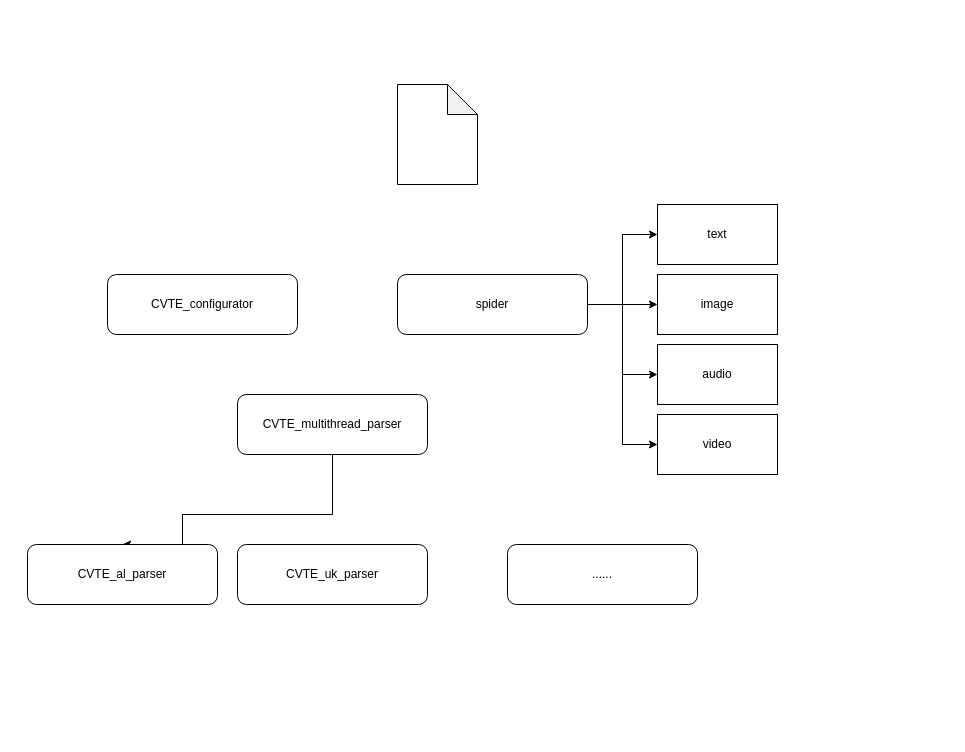
Above: Untitled Diagram.drawio in NewZsh/flowchart (draw.io), before the change. Source tidied: cells renumbered, new cells numbered last; positions are measured from the earlier drawing's top-left corner, leaving out a move shared by most shapes. Both pictures are drawn from the tidied source at 100%, with x=0, y=0 at pixel (27, 84).
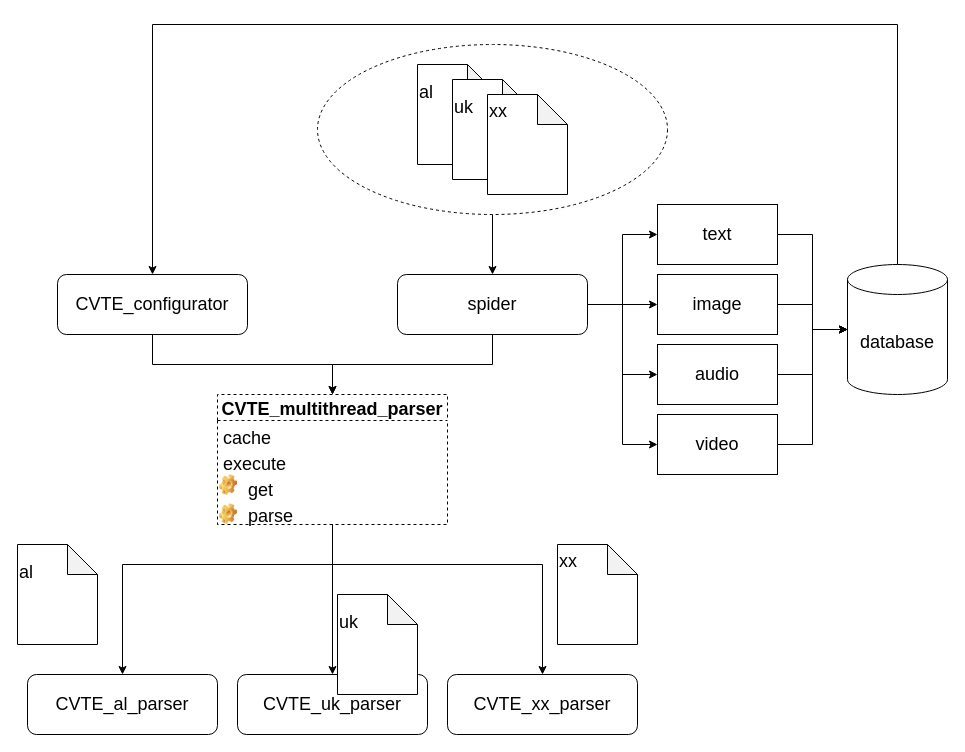
Above is the later version.

Change to the diagram source:
```diff
@@
-    <mxCell id="2" style="edgeStyle=orthogonalEdgeStyle;rounded=0;jettySize=auto;html=1;exitX=0.5;exitY=1;exitDx=0;exitDy=0;entryX=0.5;entryY=0;entryDx=0;entryDy=0;" parent="1" edge="1" source="3" target="10">
-      <mxGeometry relative="1" as="geometry">
-        <Array as="points">
-          <mxPoint x="305" y="430" />
-          <mxPoint x="155" y="430" />
-        </Array>
-      </mxGeometry>
-    </mxCell>
-    <mxCell id="3" value="CVTE_multithread_parser" style="rounded=1;whiteSpace=wrap;html=1;" parent="1" vertex="1">
-      <mxGeometry x="210" y="310" width="190" height="60" as="geometry" />
-    </mxCell>
+    <mxCell id="18" style="ellipse;whiteSpace=wrap;html=1;fillColor=none;dashed=1;fontSize=18;" parent="1" vertex="1">
+      <mxGeometry x="290" y="-40" width="350" height="170" as="geometry" />
+    </mxCell>
+    <mxCell id="19" style="edgeStyle=orthogonalEdgeStyle;rounded=0;jettySize=auto;html=1;exitX=0.5;exitY=1;exitDx=0;exitDy=0;entryX=0.5;entryY=0;entryDx=0;entryDy=0;fontSize=18;" parent="1" edge="1" source="4" target="3">
+      <mxGeometry relative="1" as="geometry" />
+    </mxCell>
-    <mxCell id="4" value="CVTE_configurator" style="rounded=1;whiteSpace=wrap;html=1;" parent="1" vertex="1">
-      <mxGeometry x="80" y="190" width="190" height="60" as="geometry" />
+    <mxCell id="4" value="CVTE_configurator" style="rounded=1;whiteSpace=wrap;html=1;fontSize=18;" parent="1" vertex="1">
+      <mxGeometry x="30" y="190" width="190" height="60" as="geometry" />
     </mxCell>
-    <mxCell id="5" style="edgeStyle=orthogonalEdgeStyle;rounded=0;jettySize=auto;html=1;exitX=1;exitY=0.5;exitDx=0;exitDy=0;entryX=0;entryY=0.5;entryDx=0;entryDy=0;" parent="1" edge="1" source="9" target="12">
+    <mxCell id="5" style="edgeStyle=orthogonalEdgeStyle;rounded=0;jettySize=auto;html=1;exitX=1;exitY=0.5;exitDx=0;exitDy=0;entryX=0;entryY=0.5;entryDx=0;entryDy=0;fontSize=18;" parent="1" edge="1" source="9" target="12">
       <mxGeometry relative="1" as="geometry" />
     </mxCell>
-    <mxCell id="6" style="edgeStyle=orthogonalEdgeStyle;rounded=0;jettySize=auto;html=1;exitX=1;exitY=0.5;exitDx=0;exitDy=0;entryX=0;entryY=0.5;entryDx=0;entryDy=0;" parent="1" edge="1" source="9" target="13">
+    <mxCell id="6" style="edgeStyle=orthogonalEdgeStyle;rounded=0;jettySize=auto;html=1;exitX=1;exitY=0.5;exitDx=0;exitDy=0;entryX=0;entryY=0.5;entryDx=0;entryDy=0;fontSize=18;" parent="1" edge="1" source="9" target="13">
       <mxGeometry relative="1" as="geometry" />
     </mxCell>
-    <mxCell id="7" style="edgeStyle=orthogonalEdgeStyle;rounded=0;jettySize=auto;html=1;exitX=1;exitY=0.5;exitDx=0;exitDy=0;entryX=0;entryY=0.5;entryDx=0;entryDy=0;" parent="1" edge="1" source="9" target="14">
+    <mxCell id="7" style="edgeStyle=orthogonalEdgeStyle;rounded=0;jettySize=auto;html=1;exitX=1;exitY=0.5;exitDx=0;exitDy=0;entryX=0;entryY=0.5;entryDx=0;entryDy=0;fontSize=18;" parent="1" edge="1" source="9" target="14">
       <mxGeometry relative="1" as="geometry" />
     </mxCell>
-    <mxCell id="8" style="edgeStyle=orthogonalEdgeStyle;rounded=0;jettySize=auto;html=1;exitX=1;exitY=0.5;exitDx=0;exitDy=0;entryX=0;entryY=0.5;entryDx=0;entryDy=0;" parent="1" edge="1" source="9" target="15">
+    <mxCell id="8" style="edgeStyle=orthogonalEdgeStyle;rounded=0;jettySize=auto;html=1;exitX=1;exitY=0.5;exitDx=0;exitDy=0;entryX=0;entryY=0.5;entryDx=0;entryDy=0;fontSize=18;" parent="1" edge="1" source="9" target="15">
       <mxGeometry relative="1" as="geometry" />
     </mxCell>
+    <mxCell id="20" style="edgeStyle=orthogonalEdgeStyle;rounded=0;jettySize=auto;html=1;exitX=0.5;exitY=1;exitDx=0;exitDy=0;fontSize=18;" parent="1" edge="1" source="9" target="3">
+      <mxGeometry relative="1" as="geometry" />
+    </mxCell>
-    <mxCell id="9" value="spider" style="rounded=1;whiteSpace=wrap;html=1;" parent="1" vertex="1">
+    <mxCell id="9" value="spider" style="rounded=1;whiteSpace=wrap;html=1;fontSize=18;" parent="1" vertex="1">
       <mxGeometry x="370" y="190" width="190" height="60" as="geometry" />
     </mxCell>
-    <mxCell id="10" value="CVTE_al_parser" style="rounded=1;whiteSpace=wrap;html=1;" parent="1" vertex="1">
-      <mxGeometry y="460" width="190" height="60" as="geometry" />
+    <mxCell id="10" value="CVTE_al_parser" style="rounded=1;whiteSpace=wrap;html=1;fontSize=18;" parent="1" vertex="1">
+      <mxGeometry y="590" width="190" height="60" as="geometry" />
     </mxCell>
-    <mxCell id="11" style="shape=note;whiteSpace=wrap;html=1;backgroundOutline=1;darkOpacity=0.05;" parent="1" vertex="1">
-      <mxGeometry x="370" width="80" height="100" as="geometry" />
+    <mxCell id="11" value="&lt;span style=&quot;font-size: 18px&quot;&gt;al&lt;br style=&quot;font-size: 18px&quot;&gt;&lt;/span&gt;&lt;br style=&quot;font-size: 18px&quot;&gt;&lt;br style=&quot;font-size: 18px&quot;&gt;" style="shape=note;whiteSpace=wrap;html=1;backgroundOutline=1;darkOpacity=0.05;align=left;fontSize=18;" parent="1" vertex="1">
+      <mxGeometry x="390" y="-20" width="80" height="100" as="geometry" />
     </mxCell>
+    <mxCell id="21" style="edgeStyle=orthogonalEdgeStyle;rounded=0;jettySize=auto;html=1;exitX=1;exitY=0.5;exitDx=0;exitDy=0;fontSize=18;" parent="1" edge="1" source="12" target="32">
+      <mxGeometry relative="1" as="geometry" />
+    </mxCell>
-    <mxCell id="12" value="text" style="rounded=0;whiteSpace=wrap;html=1;" parent="1" vertex="1">
+    <mxCell id="12" value="text" style="rounded=0;whiteSpace=wrap;html=1;fontSize=18;" parent="1" vertex="1">
       <mxGeometry x="630" y="120" width="120" height="60" as="geometry" />
     </mxCell>
+    <mxCell id="22" style="edgeStyle=orthogonalEdgeStyle;rounded=0;jettySize=auto;html=1;exitX=1;exitY=0.5;exitDx=0;exitDy=0;entryX=0;entryY=0.5;entryDx=0;entryDy=0;entryPerimeter=0;fontSize=18;" parent="1" edge="1" source="13" target="32">
+      <mxGeometry relative="1" as="geometry" />
+    </mxCell>
-    <mxCell id="13" value="image" style="rounded=0;whiteSpace=wrap;html=1;" parent="1" vertex="1">
+    <mxCell id="13" value="image" style="rounded=0;whiteSpace=wrap;html=1;fontSize=18;" parent="1" vertex="1">
       <mxGeometry x="630" y="190" width="120" height="60" as="geometry" />
     </mxCell>
+    <mxCell id="23" style="edgeStyle=orthogonalEdgeStyle;rounded=0;jettySize=auto;html=1;exitX=1;exitY=0.5;exitDx=0;exitDy=0;entryX=0;entryY=0.5;entryDx=0;entryDy=0;entryPerimeter=0;fontSize=18;" parent="1" edge="1" source="14" target="32">
+      <mxGeometry relative="1" as="geometry" />
+    </mxCell>
-    <mxCell id="14" value="audio" style="rounded=0;whiteSpace=wrap;html=1;" parent="1" vertex="1">
+    <mxCell id="14" value="audio" style="rounded=0;whiteSpace=wrap;html=1;fontSize=18;" parent="1" vertex="1">
       <mxGeometry x="630" y="260" width="120" height="60" as="geometry" />
     </mxCell>
+    <mxCell id="24" style="edgeStyle=orthogonalEdgeStyle;rounded=0;jettySize=auto;html=1;exitX=1;exitY=0.5;exitDx=0;exitDy=0;entryX=0;entryY=0.5;entryDx=0;entryDy=0;entryPerimeter=0;fontSize=18;" parent="1" edge="1" source="15" target="32">
+      <mxGeometry relative="1" as="geometry" />
+    </mxCell>
-    <mxCell id="15" value="video" style="rounded=0;whiteSpace=wrap;html=1;" parent="1" vertex="1">
+    <mxCell id="15" value="video" style="rounded=0;whiteSpace=wrap;html=1;fontSize=18;" parent="1" vertex="1">
       <mxGeometry x="630" y="330" width="120" height="60" as="geometry" />
     </mxCell>
-    <mxCell id="16" value="CVTE_uk_parser" style="rounded=1;whiteSpace=wrap;html=1;" parent="1" vertex="1">
-      <mxGeometry x="210" y="460" width="190" height="60" as="geometry" />
+    <mxCell id="16" value="CVTE_uk_parser" style="rounded=1;whiteSpace=wrap;html=1;fontSize=18;" parent="1" vertex="1">
+      <mxGeometry x="210" y="590" width="190" height="60" as="geometry" />
     </mxCell>
-    <mxCell id="17" value="......" style="rounded=1;whiteSpace=wrap;html=1;" parent="1" vertex="1">
-      <mxGeometry x="480" y="460" width="190" height="60" as="geometry" />
+    <mxCell id="17" value="CVTE_xx_parser" style="rounded=1;whiteSpace=wrap;html=1;fontSize=18;" parent="1" vertex="1">
+      <mxGeometry x="420" y="590" width="190" height="60" as="geometry" />
     </mxCell>
+    <mxCell id="25" value="uk&lt;br style=&quot;font-size: 18px&quot;&gt;&lt;br style=&quot;font-size: 18px&quot;&gt;&lt;br style=&quot;font-size: 18px&quot;&gt;" style="shape=note;whiteSpace=wrap;html=1;backgroundOutline=1;darkOpacity=0.05;align=left;fontSize=18;" parent="1" vertex="1">
+      <mxGeometry x="425" y="-5" width="80" height="100" as="geometry" />
+    </mxCell>
+    <mxCell id="26" value="&lt;div style=&quot;text-align: justify ; font-size: 18px&quot;&gt;&lt;span style=&quot;font-size: 18px&quot;&gt;xx&lt;/span&gt;&lt;/div&gt;&lt;div style=&quot;text-align: justify ; font-size: 18px&quot;&gt;&lt;span style=&quot;font-size: 18px&quot;&gt;&lt;br style=&quot;font-size: 18px&quot;&gt;&lt;/span&gt;&lt;/div&gt;&lt;div style=&quot;text-align: justify ; font-size: 18px&quot;&gt;&lt;span style=&quot;font-size: 18px&quot;&gt;&lt;br style=&quot;font-size: 18px&quot;&gt;&lt;/span&gt;&lt;/div&gt;&lt;div style=&quot;text-align: justify ; font-size: 18px&quot;&gt;&lt;br&gt;&lt;/div&gt;" style="shape=note;whiteSpace=wrap;html=1;backgroundOutline=1;darkOpacity=0.05;align=left;fontSize=18;" parent="1" vertex="1">
+      <mxGeometry x="460" y="10" width="80" height="100" as="geometry" />
+    </mxCell>
+    <mxCell id="27" style="edgeStyle=orthogonalEdgeStyle;rounded=0;jettySize=auto;html=1;exitX=0.5;exitY=1;exitDx=0;exitDy=0;fontSize=18;" parent="1" edge="1" source="18" target="9">
+      <mxGeometry relative="1" as="geometry" />
+    </mxCell>
+    <mxCell id="28" value="&lt;div style=&quot;text-align: justify ; font-size: 18px&quot;&gt;&lt;span style=&quot;font-size: 18px&quot;&gt;xx&lt;/span&gt;&lt;/div&gt;&lt;div style=&quot;text-align: justify ; font-size: 18px&quot;&gt;&lt;span style=&quot;font-size: 18px&quot;&gt;&lt;br style=&quot;font-size: 18px&quot;&gt;&lt;/span&gt;&lt;/div&gt;&lt;div style=&quot;text-align: justify ; font-size: 18px&quot;&gt;&lt;span style=&quot;font-size: 18px&quot;&gt;&lt;br style=&quot;font-size: 18px&quot;&gt;&lt;/span&gt;&lt;/div&gt;&lt;div style=&quot;text-align: justify ; font-size: 18px&quot;&gt;&lt;br&gt;&lt;/div&gt;" style="shape=note;whiteSpace=wrap;html=1;backgroundOutline=1;darkOpacity=0.05;align=left;fontSize=18;" parent="1" vertex="1">
+      <mxGeometry x="530" y="460" width="80" height="100" as="geometry" />
+    </mxCell>
+    <mxCell id="29" value="uk&lt;br style=&quot;font-size: 18px&quot;&gt;&lt;br style=&quot;font-size: 18px&quot;&gt;&lt;br style=&quot;font-size: 18px&quot;&gt;" style="shape=note;whiteSpace=wrap;html=1;backgroundOutline=1;darkOpacity=0.05;align=left;fontSize=18;" parent="1" vertex="1">
+      <mxGeometry x="310" y="510" width="80" height="100" as="geometry" />
+    </mxCell>
+    <mxCell id="30" value="&lt;span style=&quot;font-size: 18px&quot;&gt;al&lt;br style=&quot;font-size: 18px&quot;&gt;&lt;/span&gt;&lt;br style=&quot;font-size: 18px&quot;&gt;&lt;br style=&quot;font-size: 18px&quot;&gt;" style="shape=note;whiteSpace=wrap;html=1;backgroundOutline=1;darkOpacity=0.05;align=left;fontSize=18;" parent="1" vertex="1">
+      <mxGeometry x="-10" y="460" width="80" height="100" as="geometry" />
+    </mxCell>
+    <mxCell id="31" style="edgeStyle=orthogonalEdgeStyle;rounded=0;jettySize=auto;html=1;exitX=0.5;exitY=0;exitDx=0;exitDy=0;exitPerimeter=0;entryX=0.5;entryY=0;entryDx=0;entryDy=0;fontSize=18;" parent="1" edge="1" source="32" target="4">
+      <mxGeometry relative="1" as="geometry">
+        <Array as="points">
+          <mxPoint x="870" y="-60" />
+          <mxPoint x="125" y="-60" />
+        </Array>
+      </mxGeometry>
+    </mxCell>
+    <mxCell id="32" value="database" style="shape=cylinder3;whiteSpace=wrap;html=1;boundedLbl=1;backgroundOutline=1;size=15;fillColor=none;fontSize=18;" parent="1" vertex="1">
+      <mxGeometry x="820" y="180" width="100" height="130" as="geometry" />
+    </mxCell>
+    <mxCell id="2" style="edgeStyle=orthogonalEdgeStyle;rounded=0;jettySize=auto;html=1;exitX=0.5;exitY=1;exitDx=0;exitDy=0;entryX=0.5;entryY=0;entryDx=0;entryDy=0;fontSize=18;" parent="1" edge="1" source="3" target="10">
+      <mxGeometry relative="1" as="geometry">
+        <Array as="points">
+          <mxPoint x="305" y="480" />
+          <mxPoint x="95" y="480" />
+        </Array>
+      </mxGeometry>
+    </mxCell>
+    <mxCell id="33" style="edgeStyle=orthogonalEdgeStyle;rounded=0;jettySize=auto;html=1;exitX=0.5;exitY=1;exitDx=0;exitDy=0;fontSize=18;" parent="1" edge="1" source="3" target="16">
+      <mxGeometry relative="1" as="geometry" />
+    </mxCell>
+    <mxCell id="34" style="edgeStyle=orthogonalEdgeStyle;rounded=0;jettySize=auto;html=1;exitX=0.5;exitY=1;exitDx=0;exitDy=0;fontSize=18;" parent="1" edge="1" source="3" target="17">
+      <mxGeometry relative="1" as="geometry">
+        <Array as="points">
+          <mxPoint x="305" y="480" />
+          <mxPoint x="515" y="480" />
+        </Array>
+      </mxGeometry>
+    </mxCell>
+    <mxCell id="3" value="CVTE_multithread_parser" style="swimlane;fontStyle=1;horizontal=1;startSize=26;dashed=1;fillColor=none;fontSize=18;" parent="1" vertex="1">
+      <mxGeometry x="190" y="310" width="230" height="130" as="geometry" />
+    </mxCell>
+    <mxCell id="35" value="cache" style="text;strokeColor=none;fillColor=none;align=left;verticalAlign=top;spacingLeft=4;spacingRight=4;overflow=hidden;fontSize=18;" parent="3" vertex="1">
+      <mxGeometry y="26" width="230" height="26" as="geometry" />
+    </mxCell>
+    <mxCell id="36" value="execute" style="text;strokeColor=none;fillColor=none;align=left;verticalAlign=top;spacingLeft=4;spacingRight=4;overflow=hidden;fontSize=18;" parent="3" vertex="1">
+      <mxGeometry y="52" width="230" height="26" as="geometry" />
+    </mxCell>
+    <mxCell id="37" value="     get" style="text;strokeColor=none;fillColor=none;align=left;verticalAlign=top;spacingLeft=4;spacingRight=4;overflow=hidden;fontSize=18;" parent="3" vertex="1">
+      <mxGeometry y="78" width="230" height="26" as="geometry" />
+    </mxCell>
+    <mxCell id="38" value="     parse" style="text;strokeColor=none;fillColor=none;align=left;verticalAlign=top;spacingLeft=4;spacingRight=4;overflow=hidden;fontSize=18;" parent="3" vertex="1">
+      <mxGeometry y="104" width="230" height="26" as="geometry" />
+    </mxCell>
+    <mxCell id="39" style="shape=image;html=1;verticalLabelPosition=bottom;verticalAlign=top;imageAspect=1;image=img/clipart/Gear_128x128.png;dashed=1;fillColor=none;fontSize=18;" parent="1" vertex="1">
+      <mxGeometry x="192.1" y="390" width="17.9" height="21" as="geometry" />
+    </mxCell>
+    <mxCell id="40" style="shape=image;html=1;verticalLabelPosition=bottom;verticalAlign=top;imageAspect=1;image=img/clipart/Gear_128x128.png;dashed=1;fillColor=none;fontSize=18;" parent="1" vertex="1">
+      <mxGeometry x="192" y="419" width="17.9" height="21" as="geometry" />
+    </mxCell>
```
